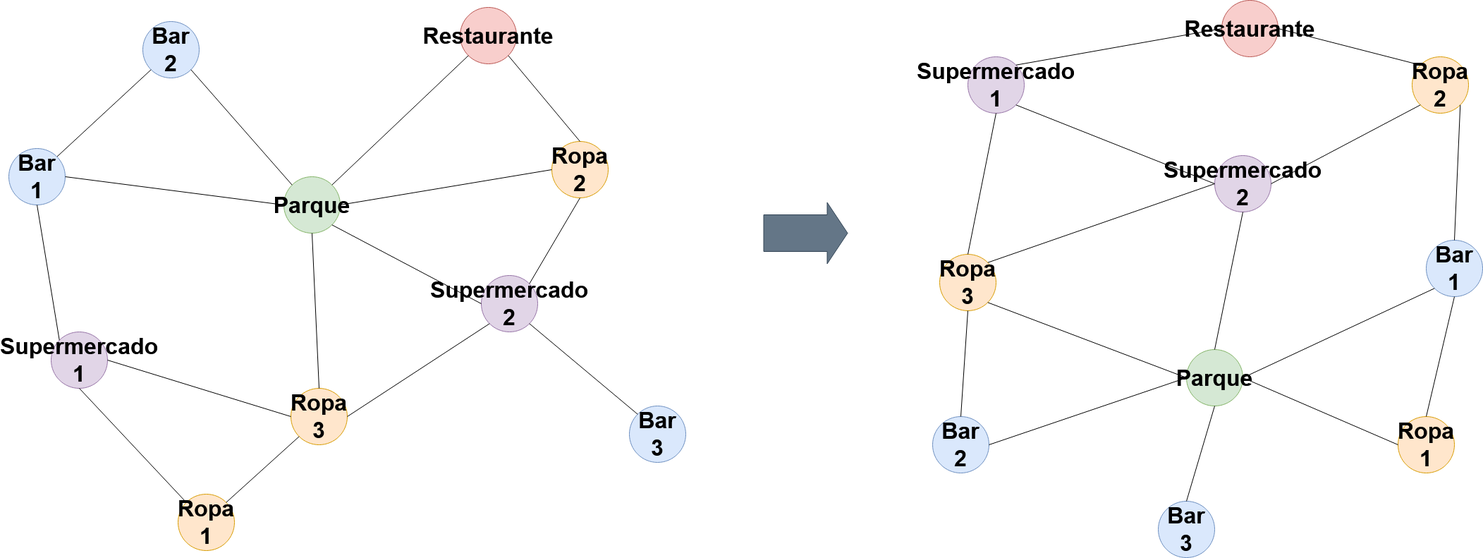
mariohu2001/TFG-Urban-Street-Mapping-Transfer keeps this draw.io diagram as memoria/img/Rewiring.drawio.png. Above is the earlier version. Source tidied: cells renumbered, new cells last; positions are measured from the earlier drawing's top-left corner, leaving out a move shared by most shapes.
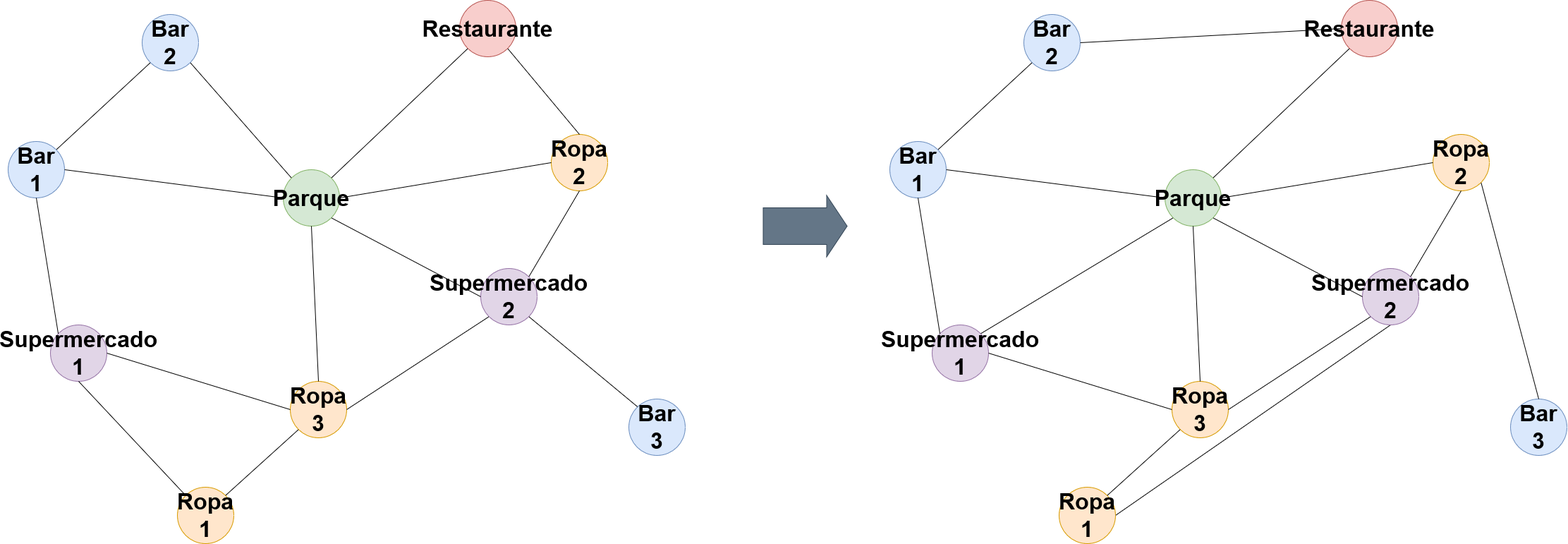
Above is the later version.

Diff of the diagram source:
```diff
@@ -84,79 +84,79 @@
       <mxGeometry relative="1" as="geometry" />
     </mxCell>
     <mxCell id="28" value="&lt;div style=&quot;font-size: 32px;&quot;&gt;Bar&lt;/div&gt;&lt;div style=&quot;font-size: 32px;&quot;&gt;2&lt;br style=&quot;font-size: 32px;&quot;&gt;&lt;/div&gt;" style="ellipse;whiteSpace=wrap;html=1;fillColor=#dae8fc;strokeColor=#6c8ebf;fontStyle=1;fontSize=32;" parent="1" vertex="1">
-      <mxGeometry x="1310" y="590" width="80" height="80" as="geometry" />
+      <mxGeometry x="1440" y="30" width="80" height="80" as="geometry" />
     </mxCell>
+    <mxCell id="53" style="rounded=0;jettySize=auto;html=1;exitX=1;exitY=0;exitDx=0;exitDy=0;entryX=0;entryY=1;entryDx=0;entryDy=0;endArrow=none;endFill=0;fontSize=32;fontStyle=1;" parent="1" edge="1" source="29" target="28">
+      <mxGeometry relative="1" as="geometry" />
+    </mxCell>
     <mxCell id="29" value="&lt;div style=&quot;font-size: 32px;&quot;&gt;Bar&lt;/div&gt;&lt;div style=&quot;font-size: 32px;&quot;&gt;1&lt;br style=&quot;font-size: 32px;&quot;&gt;&lt;/div&gt;" style="ellipse;whiteSpace=wrap;html=1;fillColor=#dae8fc;strokeColor=#6c8ebf;fontStyle=1;fontSize=32;" parent="1" vertex="1">
-      <mxGeometry x="2010" y="340" width="80" height="80" as="geometry" />
+      <mxGeometry x="1250" y="210" width="80" height="80" as="geometry" />
     </mxCell>
     <mxCell id="30" value="&lt;div style=&quot;font-size: 32px;&quot;&gt;Supermercado&lt;/div&gt;&lt;div style=&quot;font-size: 32px;&quot;&gt;1&lt;br style=&quot;font-size: 32px;&quot;&gt;&lt;/div&gt;" style="ellipse;whiteSpace=wrap;html=1;fillColor=#e1d5e7;strokeColor=#9673a6;fontStyle=1;fontSize=32;" parent="1" vertex="1">
-      <mxGeometry x="1360" y="80" width="80" height="80" as="geometry" />
+      <mxGeometry x="1310" y="470" width="80" height="80" as="geometry" />
     </mxCell>
     <mxCell id="31" value="&lt;div style=&quot;font-size: 32px;&quot;&gt;Ropa&lt;/div&gt;&lt;div style=&quot;font-size: 32px;&quot;&gt;3&lt;br style=&quot;font-size: 32px;&quot;&gt;&lt;/div&gt;" style="ellipse;whiteSpace=wrap;html=1;fillColor=#ffe6cc;strokeColor=#d79b00;fontStyle=1;fontSize=32;" parent="1" vertex="1">
-      <mxGeometry x="1320" y="360" width="80" height="80" as="geometry" />
+      <mxGeometry x="1650" y="550" width="80" height="80" as="geometry" />
     </mxCell>
+    <mxCell id="54" style="rounded=0;jettySize=auto;html=1;exitX=1;exitY=0.5;exitDx=0;exitDy=0;entryX=0.5;entryY=1;entryDx=0;entryDy=0;endArrow=none;endFill=0;" parent="1" edge="1" source="32" target="33">
+      <mxGeometry relative="1" as="geometry" />
+    </mxCell>
     <mxCell id="32" value="&lt;div style=&quot;font-size: 32px;&quot;&gt;Ropa&lt;/div&gt;&lt;div style=&quot;font-size: 32px;&quot;&gt;1&lt;br style=&quot;font-size: 32px;&quot;&gt;&lt;/div&gt;" style="ellipse;whiteSpace=wrap;html=1;fillColor=#ffe6cc;strokeColor=#d79b00;fontStyle=1;fontSize=32;" parent="1" vertex="1">
-      <mxGeometry x="1970" y="590" width="80" height="80" as="geometry" />
+      <mxGeometry x="1490" y="700" width="80" height="80" as="geometry" />
     </mxCell>
     <mxCell id="33" value="&lt;div style=&quot;font-size: 32px;&quot;&gt;Supermercado&lt;/div&gt;&lt;div style=&quot;font-size: 32px;&quot;&gt;2&lt;br style=&quot;font-size: 32px;&quot;&gt;&lt;/div&gt;" style="ellipse;whiteSpace=wrap;html=1;fillColor=#e1d5e7;strokeColor=#9673a6;fontStyle=1;fontSize=32;" parent="1" vertex="1">
-      <mxGeometry x="1710" y="220" width="80" height="80" as="geometry" />
+      <mxGeometry x="1920" y="390" width="80" height="80" as="geometry" />
     </mxCell>
     <mxCell id="34" value="&lt;div style=&quot;font-size: 32px;&quot;&gt;Bar&lt;/div&gt;&lt;div style=&quot;font-size: 32px;&quot;&gt;3&lt;br style=&quot;font-size: 32px;&quot;&gt;&lt;/div&gt;" style="ellipse;whiteSpace=wrap;html=1;fillColor=#dae8fc;strokeColor=#6c8ebf;fontStyle=1;fontSize=32;" parent="1" vertex="1">
-      <mxGeometry x="1630" y="710" width="80" height="80" as="geometry" />
+      <mxGeometry x="2130" y="575" width="80" height="80" as="geometry" />
     </mxCell>
     <mxCell id="35" value="Parque" style="ellipse;whiteSpace=wrap;html=1;fillColor=#d5e8d4;strokeColor=#82b366;fontStyle=1;fontSize=32;" parent="1" vertex="1">
-      <mxGeometry x="1670" y="495" width="80" height="80" as="geometry" />
+      <mxGeometry x="1640" y="250" width="80" height="80" as="geometry" />
     </mxCell>
     <mxCell id="36" value="Restaurante" style="ellipse;whiteSpace=wrap;html=1;fillColor=#f8cecc;strokeColor=#b85450;fontStyle=1;fontSize=32;" parent="1" vertex="1">
-      <mxGeometry x="1720" width="80" height="80" as="geometry" />
+      <mxGeometry x="1890" y="10" width="80" height="80" as="geometry" />
     </mxCell>
     <mxCell id="37" value="&lt;div style=&quot;font-size: 32px;&quot;&gt;Ropa&lt;/div&gt;&lt;div style=&quot;font-size: 32px;&quot;&gt;2&lt;br style=&quot;font-size: 32px;&quot;&gt;&lt;/div&gt;" style="ellipse;whiteSpace=wrap;html=1;fillColor=#ffe6cc;strokeColor=#d79b00;fontStyle=1;fontSize=32;" parent="1" vertex="1">
-      <mxGeometry x="1990" y="80" width="80" height="80" as="geometry" />
+      <mxGeometry x="2020" y="200" width="80" height="80" as="geometry" />
     </mxCell>
-    <mxCell id="38" style="rounded=0;jettySize=auto;html=1;exitX=0.5;exitY=0;exitDx=0;exitDy=0;entryX=0.5;entryY=1;entryDx=0;entryDy=0;endArrow=none;endFill=0;fontSize=32;fontStyle=1;" parent="1" edge="1" source="34" target="35">
-      <mxGeometry relative="1" as="geometry" />
-    </mxCell>
-    <mxCell id="39" style="rounded=0;jettySize=auto;html=1;exitX=0;exitY=0.5;exitDx=0;exitDy=0;entryX=1;entryY=0.5;entryDx=0;entryDy=0;endArrow=none;endFill=0;fontSize=32;fontStyle=1;" parent="1" edge="1" source="32" target="35">
-      <mxGeometry relative="1" as="geometry" />
-    </mxCell>
-    <mxCell id="40" style="rounded=0;jettySize=auto;html=1;exitX=0;exitY=1;exitDx=0;exitDy=0;entryX=1;entryY=0.5;entryDx=0;entryDy=0;endArrow=none;endFill=0;fontSize=32;fontStyle=1;" parent="1" edge="1" source="29" target="35">
-      <mxGeometry relative="1" as="geometry" />
-    </mxCell>
-    <mxCell id="41" style="rounded=0;jettySize=auto;html=1;exitX=1;exitY=0.5;exitDx=0;exitDy=0;entryX=0;entryY=0.5;entryDx=0;entryDy=0;endArrow=none;endFill=0;fontSize=32;fontStyle=1;" parent="1" edge="1" source="28" target="35">
-      <mxGeometry relative="1" as="geometry" />
-    </mxCell>
-    <mxCell id="42" style="rounded=0;jettySize=auto;html=1;exitX=0.5;exitY=0;exitDx=0;exitDy=0;entryX=0.5;entryY=1;entryDx=0;entryDy=0;endArrow=none;endFill=0;fontSize=32;fontStyle=1;" parent="1" edge="1" source="28" target="31">
-      <mxGeometry relative="1" as="geometry" />
-    </mxCell>
-    <mxCell id="43" style="rounded=0;jettySize=auto;html=1;exitX=0;exitY=0.5;exitDx=0;exitDy=0;entryX=1;entryY=1;entryDx=0;entryDy=0;endArrow=none;endFill=0;fontSize=32;fontStyle=1;" parent="1" edge="1" source="35" target="31">
-      <mxGeometry relative="1" as="geometry" />
-    </mxCell>
-    <mxCell id="44" style="rounded=0;jettySize=auto;html=1;exitX=0.5;exitY=0;exitDx=0;exitDy=0;entryX=0.5;entryY=1;entryDx=0;entryDy=0;endArrow=none;endFill=0;fontSize=32;fontStyle=1;" parent="1" edge="1" source="32" target="29">
-      <mxGeometry relative="1" as="geometry" />
-    </mxCell>
+    <mxCell id="55" style="rounded=0;jettySize=auto;html=1;exitX=1;exitY=0.5;exitDx=0;exitDy=0;entryX=0;entryY=0.5;entryDx=0;entryDy=0;endArrow=none;endFill=0;fontSize=32;fontStyle=1;" parent="1" edge="1" source="35" target="37">
+      <mxGeometry relative="1" as="geometry" />
+    </mxCell>
+    <mxCell id="49" style="rounded=0;jettySize=auto;html=1;exitX=1;exitY=0;exitDx=0;exitDy=0;entryX=0.5;entryY=1;entryDx=0;entryDy=0;endArrow=none;endFill=0;fontSize=32;fontStyle=1;" parent="1" edge="1" source="33" target="37">
+      <mxGeometry relative="1" as="geometry" />
+    </mxCell>
-    <mxCell id="45" style="rounded=0;jettySize=auto;html=1;exitX=0.5;exitY=0;exitDx=0;exitDy=0;entryX=0.5;entryY=1;entryDx=0;entryDy=0;endArrow=none;endFill=0;fontSize=32;fontStyle=1;" parent="1" edge="1" source="35" target="33">
+    <mxCell id="45" style="rounded=0;jettySize=auto;html=1;exitX=1;exitY=1;exitDx=0;exitDy=0;entryX=0;entryY=0.5;entryDx=0;entryDy=0;endArrow=none;endFill=0;fontSize=32;fontStyle=1;" parent="1" edge="1" source="35" target="33">
       <mxGeometry relative="1" as="geometry" />
     </mxCell>
-    <mxCell id="46" style="rounded=0;jettySize=auto;html=1;exitX=1;exitY=0;exitDx=0;exitDy=0;entryX=0;entryY=0.5;entryDx=0;entryDy=0;endArrow=none;endFill=0;fontSize=32;fontStyle=1;" parent="1" edge="1" source="31" target="33">
+    <mxCell id="46" style="rounded=0;jettySize=auto;html=1;exitX=1;exitY=0.5;exitDx=0;exitDy=0;entryX=0;entryY=1;entryDx=0;entryDy=0;endArrow=none;endFill=0;fontSize=32;fontStyle=1;" parent="1" edge="1" source="31" target="33">
       <mxGeometry relative="1" as="geometry" />
     </mxCell>
-    <mxCell id="47" style="rounded=0;jettySize=auto;html=1;exitX=0.5;exitY=0;exitDx=0;exitDy=0;entryX=0.5;entryY=1;entryDx=0;entryDy=0;endArrow=none;endFill=0;fontSize=32;fontStyle=1;" parent="1" edge="1" source="31" target="30">
-      <mxGeometry relative="1" as="geometry" />
-    </mxCell>
-    <mxCell id="48" style="rounded=0;jettySize=auto;html=1;exitX=0;exitY=0.5;exitDx=0;exitDy=0;entryX=1;entryY=1;entryDx=0;entryDy=0;endArrow=none;endFill=0;fontSize=32;fontStyle=1;" parent="1" edge="1" source="33" target="30">
-      <mxGeometry relative="1" as="geometry" />
-    </mxCell>
-    <mxCell id="49" style="rounded=0;jettySize=auto;html=1;exitX=1;exitY=0.5;exitDx=0;exitDy=0;entryX=0;entryY=1;entryDx=0;entryDy=0;endArrow=none;endFill=0;fontSize=32;fontStyle=1;" parent="1" edge="1" source="33" target="37">
-      <mxGeometry relative="1" as="geometry" />
-    </mxCell>
-    <mxCell id="50" style="rounded=0;jettySize=auto;html=1;exitX=0.5;exitY=0;exitDx=0;exitDy=0;entryX=1;entryY=1;entryDx=0;entryDy=0;endArrow=none;endFill=0;fontSize=32;fontStyle=1;" parent="1" edge="1" source="29" target="37">
-      <mxGeometry relative="1" as="geometry" />
-    </mxCell>
-    <mxCell id="51" style="rounded=0;jettySize=auto;html=1;exitX=0;exitY=0;exitDx=0;exitDy=0;entryX=1;entryY=0.5;entryDx=0;entryDy=0;endArrow=none;endFill=0;fontSize=32;fontStyle=1;" parent="1" edge="1" source="37" target="36">
-      <mxGeometry relative="1" as="geometry" />
-    </mxCell>
-    <mxCell id="52" style="rounded=0;jettySize=auto;html=1;exitX=1;exitY=0;exitDx=0;exitDy=0;entryX=0;entryY=0.5;entryDx=0;entryDy=0;endArrow=none;endFill=0;fontSize=32;fontStyle=1;" parent="1" edge="1" source="30" target="36">
-      <mxGeometry relative="1" as="geometry" />
-    </mxCell>
+    <mxCell id="43" style="rounded=0;jettySize=auto;html=1;entryX=0.5;entryY=0;entryDx=0;entryDy=0;endArrow=none;endFill=0;exitX=0.5;exitY=1;exitDx=0;exitDy=0;fontSize=32;fontStyle=1;" parent="1" edge="1" source="35" target="31">
+      <mxGeometry relative="1" as="geometry" />
+    </mxCell>
+    <mxCell id="56" style="rounded=0;jettySize=auto;html=1;exitX=1;exitY=0.5;exitDx=0;exitDy=0;entryX=0;entryY=0.5;entryDx=0;entryDy=0;endArrow=none;endFill=0;fontSize=32;fontStyle=1;" parent="1" edge="1" source="30" target="31">
+      <mxGeometry relative="1" as="geometry" />
+    </mxCell>
+    <mxCell id="40" style="rounded=0;jettySize=auto;html=1;exitX=1;exitY=0.5;exitDx=0;exitDy=0;entryX=0;entryY=0.5;entryDx=0;entryDy=0;endArrow=none;endFill=0;fontSize=32;fontStyle=1;" parent="1" edge="1" source="29" target="35">
+      <mxGeometry relative="1" as="geometry" />
+    </mxCell>
+    <mxCell id="57" style="rounded=0;jettySize=auto;html=1;exitX=0.5;exitY=1;exitDx=0;exitDy=0;entryX=0;entryY=0;entryDx=0;entryDy=0;endArrow=none;endFill=0;fontSize=32;fontStyle=1;" parent="1" edge="1" source="29" target="30">
+      <mxGeometry relative="1" as="geometry" />
+    </mxCell>
+    <mxCell id="58" style="rounded=0;jettySize=auto;html=1;exitX=1;exitY=0;exitDx=0;exitDy=0;entryX=0;entryY=1;entryDx=0;entryDy=0;endArrow=none;endFill=0;fontSize=32;fontStyle=1;" parent="1" edge="1" source="30" target="35">
+      <mxGeometry relative="1" as="geometry" />
+    </mxCell>
+    <mxCell id="59" style="rounded=0;jettySize=auto;html=1;entryX=0;entryY=1;entryDx=0;entryDy=0;endArrow=none;endFill=0;exitX=1;exitY=0;exitDx=0;exitDy=0;fontSize=32;fontStyle=1;" parent="1" edge="1" source="35" target="36">
+      <mxGeometry relative="1" as="geometry" />
+    </mxCell>
+    <mxCell id="60" style="rounded=0;jettySize=auto;html=1;exitX=0;exitY=1;exitDx=0;exitDy=0;entryX=1;entryY=0;entryDx=0;entryDy=0;endArrow=none;endFill=0;fontSize=32;fontStyle=1;" parent="1" edge="1" source="31" target="32">
+      <mxGeometry relative="1" as="geometry" />
+    </mxCell>
+    <mxCell id="61" style="rounded=0;jettySize=auto;html=1;exitX=0;exitY=0.5;exitDx=0;exitDy=0;entryX=1;entryY=0.5;entryDx=0;entryDy=0;endArrow=none;endFill=0;fontSize=32;fontStyle=1;" parent="1" edge="1" source="36" target="28">
+      <mxGeometry relative="1" as="geometry" />
+    </mxCell>
+    <mxCell id="62" style="rounded=0;jettySize=auto;html=1;exitX=0.5;exitY=0;exitDx=0;exitDy=0;entryX=1;entryY=1;entryDx=0;entryDy=0;endArrow=none;endFill=0;fontSize=32;fontStyle=1;" parent="1" edge="1" source="34" target="37">
+      <mxGeometry relative="1" as="geometry" />
+    </mxCell>
   </root>
 </mxGraphModel>
```
